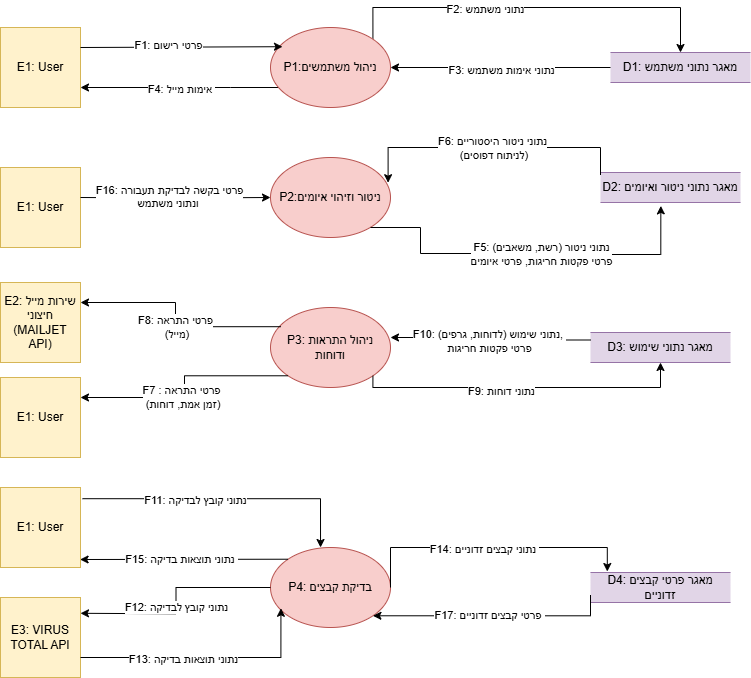
This is הפרוייקט/DFD0EDITED.drawio.png from EyasSh/WiresharkClone, a draw.io export, as it was before one commit. Source tidied: cells renumbered, new cells last; positions are measured from the earlier drawing's top-left corner, leaving out a move shared by most shapes. Source of this version:
```xml
<mxGraphModel>
  <root>
    <mxCell id="0" />
    <mxCell id="1" parent="0" />
    <mxCell id="2" value="D1: מאגר נתוני משתמש" style="html=1;dashed=0;whiteSpace=wrap;shape=partialRectangle;right=0;left=0;fillColor=#e1d5e7;strokeColor=#9673a6;" parent="1" vertex="1">
      <mxGeometry x="610" y="45" width="140" height="30" as="geometry" />
    </mxCell>
    <mxCell id="3" value="E1: User" style="whiteSpace=wrap;html=1;fillColor=#fff2cc;strokeColor=#d6b656;" parent="1" vertex="1">
      <mxGeometry y="20" width="80" height="80" as="geometry" />
    </mxCell>
    <mxCell id="4" value="D2: מאגר נתוני ניטור ואיומים" style="html=1;dashed=0;whiteSpace=wrap;shape=partialRectangle;right=0;left=0;fillColor=#e1d5e7;strokeColor=#9673a6;" parent="1" vertex="1">
      <mxGeometry x="600" y="165" width="140" height="30" as="geometry" />
    </mxCell>
    <mxCell id="5" value="D4: מאגר פרטי קבצים זדוניים" style="html=1;dashed=0;whiteSpace=wrap;shape=partialRectangle;right=0;left=0;fillColor=#e1d5e7;strokeColor=#9673a6;" parent="1" vertex="1">
      <mxGeometry x="590" y="565" width="140" height="30" as="geometry" />
    </mxCell>
    <mxCell id="6" value="D3: מאגר נתוני שימוש" style="html=1;dashed=0;whiteSpace=wrap;shape=partialRectangle;right=0;left=0;fillColor=#e1d5e7;strokeColor=#9673a6;" parent="1" vertex="1">
      <mxGeometry x="590" y="325" width="140" height="30" as="geometry" />
    </mxCell>
    <mxCell id="7" value="E1: User" style="whiteSpace=wrap;html=1;fillColor=#fff2cc;strokeColor=#d6b656;" parent="1" vertex="1">
      <mxGeometry y="160" width="80" height="80" as="geometry" />
    </mxCell>
    <mxCell id="8" style="edgeStyle=orthogonalEdgeStyle;rounded=0;jettySize=auto;html=1;entryX=0.5;entryY=0;entryDx=0;entryDy=0;exitX=1;exitY=0;exitDx=0;exitDy=0;" parent="1" edge="1" source="14" target="2">
      <mxGeometry relative="1" as="geometry">
        <Array as="points">
          <mxPoint x="372" />
          <mxPoint x="680" />
        </Array>
      </mxGeometry>
    </mxCell>
    <mxCell id="9" value="F2: נתוני משתמש" style="edgeLabel;html=1;align=center;verticalAlign=middle;" parent="8" vertex="1">
      <mxGeometry x="-0.25" y="-1" relative="1" as="geometry" />
    </mxCell>
    <mxCell id="10" style="edgeStyle=orthogonalEdgeStyle;rounded=0;jettySize=auto;html=1;entryX=1;entryY=0.75;entryDx=0;entryDy=0;" parent="1" edge="1" source="14" target="3">
      <mxGeometry relative="1" as="geometry">
        <Array as="points">
          <mxPoint x="230" y="80" />
          <mxPoint x="230" y="80" />
        </Array>
      </mxGeometry>
    </mxCell>
    <mxCell id="11" value="F4: אימות מייל&amp;nbsp;" style="edgeLabel;html=1;align=center;verticalAlign=middle;" parent="10" vertex="1">
      <mxGeometry x="-0.01" y="1" relative="1" as="geometry" />
    </mxCell>
    <mxCell id="12" style="edgeStyle=orthogonalEdgeStyle;rounded=0;jettySize=auto;html=1;exitX=0;exitY=0.5;exitDx=0;exitDy=0;" parent="1" edge="1" source="2" target="14">
      <mxGeometry relative="1" as="geometry" />
    </mxCell>
    <mxCell id="13" value="F3: נתוני אימות משתמש" style="edgeLabel;html=1;align=center;verticalAlign=middle;" parent="12" vertex="1">
      <mxGeometry y="2" relative="1" as="geometry" />
    </mxCell>
    <mxCell id="14" value="P1:ניהול משתמשים" style="ellipse;whiteSpace=wrap;html=1;fillColor=#f8cecc;strokeColor=#b85450;" parent="1" vertex="1">
      <mxGeometry x="270" y="20" width="120" height="80" as="geometry" />
    </mxCell>
    <mxCell id="15" style="edgeStyle=orthogonalEdgeStyle;rounded=0;jettySize=auto;html=1;exitX=1;exitY=0.5;exitDx=0;exitDy=0;entryX=0;entryY=0.5;entryDx=0;entryDy=0;" parent="1" edge="1" target="17">
      <mxGeometry relative="1" as="geometry">
        <mxPoint x="80" y="190" as="sourcePoint" />
      </mxGeometry>
    </mxCell>
    <mxCell id="16" value="F16: פרטי בקשה לבדיקת תעבורה &lt;br&gt;ונתוני משתמש&amp;nbsp;&lt;div&gt;&lt;br&gt;&lt;/div&gt;" style="edgeLabel;html=1;align=center;verticalAlign=middle;" parent="15" vertex="1">
      <mxGeometry x="-0.07" y="-2" relative="1" as="geometry">
        <mxPoint y="3" as="offset" />
      </mxGeometry>
    </mxCell>
    <mxCell id="17" value="P2:ניטור וזיהוי איומים" style="ellipse;whiteSpace=wrap;html=1;fillColor=#f8cecc;strokeColor=#b85450;" parent="1" vertex="1">
      <mxGeometry x="270" y="150" width="120" height="80" as="geometry" />
    </mxCell>
    <mxCell id="18" value="P4: בדיקת קבצים" style="ellipse;whiteSpace=wrap;html=1;fillColor=#f8cecc;strokeColor=#b85450;" parent="1" vertex="1">
      <mxGeometry x="270" y="540" width="120" height="80" as="geometry" />
    </mxCell>
    <mxCell id="19" style="edgeStyle=orthogonalEdgeStyle;rounded=0;jettySize=auto;html=1;exitX=0.967;exitY=0.67;exitDx=0;exitDy=0;exitPerimeter=0;entryX=0.431;entryY=1.113;entryDx=0;entryDy=0;entryPerimeter=0;" parent="1" edge="1" target="4">
      <mxGeometry relative="1" as="geometry">
        <mxPoint x="370" y="220" as="sourcePoint" />
        <Array as="points">
          <mxPoint x="420" y="220" />
          <mxPoint x="420" y="246" />
          <mxPoint x="509" y="246" />
          <mxPoint x="509" y="247" />
          <mxPoint x="660" y="247" />
        </Array>
      </mxGeometry>
    </mxCell>
    <mxCell id="20" value="F5: נתוני ניטור (רשת, משאבים)&lt;br&gt;פרטי פקטות חריגות, פרטי איומים" style="edgeLabel;html=1;align=center;verticalAlign=middle;" parent="19" vertex="1">
      <mxGeometry x="-0.14" y="-1" relative="1" as="geometry">
        <mxPoint x="39" y="-1" as="offset" />
      </mxGeometry>
    </mxCell>
    <mxCell id="21" value="P3: ניהול התראות ודוחות" style="ellipse;whiteSpace=wrap;html=1;fillColor=#f8cecc;strokeColor=#b85450;" parent="1" vertex="1">
      <mxGeometry x="270" y="300" width="120" height="80" as="geometry" />
    </mxCell>
    <mxCell id="22" style="edgeStyle=orthogonalEdgeStyle;rounded=0;jettySize=auto;html=1;exitX=0;exitY=0.25;exitDx=0;exitDy=0;entryX=0.98;entryY=0.315;entryDx=0;entryDy=0;entryPerimeter=0;" parent="1" edge="1" target="17">
      <mxGeometry relative="1" as="geometry">
        <mxPoint x="600" y="167.5" as="sourcePoint" />
        <Array as="points">
          <mxPoint x="600" y="140" />
          <mxPoint x="388" y="140" />
        </Array>
      </mxGeometry>
    </mxCell>
    <mxCell id="23" value="F6: נתוני ניטור היסטוריים&lt;br&gt;&amp;nbsp;(לניתוח דפוסים)" style="edgeLabel;html=1;align=center;verticalAlign=middle;" parent="22" vertex="1">
      <mxGeometry x="-0.01" relative="1" as="geometry" />
    </mxCell>
    <mxCell id="24" value="E2: שירות מייל חיצוני (MAILJET API)" style="whiteSpace=wrap;html=1;fillColor=#fff2cc;strokeColor=#d6b656;" parent="1" vertex="1">
      <mxGeometry y="275" width="80" height="80" as="geometry" />
    </mxCell>
    <mxCell id="25" value="E3: VIRUS TOTAL API" style="whiteSpace=wrap;html=1;fillColor=#fff2cc;strokeColor=#d6b656;" parent="1" vertex="1">
      <mxGeometry y="590" width="80" height="80" as="geometry" />
    </mxCell>
    <mxCell id="26" style="edgeStyle=orthogonalEdgeStyle;rounded=0;jettySize=auto;html=1;exitX=1;exitY=1;exitDx=0;exitDy=0;entryX=0.5;entryY=1;entryDx=0;entryDy=0;" parent="1" edge="1" source="21" target="6">
      <mxGeometry relative="1" as="geometry">
        <Array as="points">
          <mxPoint x="372" y="380" />
          <mxPoint x="660" y="380" />
        </Array>
      </mxGeometry>
    </mxCell>
    <mxCell id="27" value="F9: נתוני דוחות" style="edgeLabel;html=1;align=center;verticalAlign=middle;" parent="26" vertex="1">
      <mxGeometry x="-0.13" y="-3" relative="1" as="geometry" />
    </mxCell>
    <mxCell id="28" style="edgeStyle=orthogonalEdgeStyle;rounded=0;jettySize=auto;html=1;exitX=0.087;exitY=0.24;exitDx=0;exitDy=0;entryX=1;entryY=0.25;entryDx=0;entryDy=0;exitPerimeter=0;" parent="1" edge="1" source="21" target="24">
      <mxGeometry relative="1" as="geometry" />
    </mxCell>
    <mxCell id="29" value="F8: פרטי התראה&lt;br&gt;&amp;nbsp;(מייל)" style="edgeLabel;html=1;align=center;verticalAlign=middle;" parent="28" vertex="1">
      <mxGeometry x="-0.07" y="1" relative="1" as="geometry" />
    </mxCell>
    <mxCell id="30" style="edgeStyle=orthogonalEdgeStyle;rounded=0;jettySize=auto;html=1;exitX=0;exitY=0.25;exitDx=0;exitDy=0;entryX=1;entryY=0.375;entryDx=0;entryDy=0;entryPerimeter=0;" parent="1" edge="1" source="6" target="21">
      <mxGeometry relative="1" as="geometry" />
    </mxCell>
    <mxCell id="31" value="F10: נתוני שימוש (לדוחות, גרפים),&amp;nbsp;&lt;br&gt;פרטי פקטות חריגות" style="edgeLabel;html=1;align=center;verticalAlign=middle;" parent="30" vertex="1">
      <mxGeometry x="-0.01" y="2" relative="1" as="geometry">
        <mxPoint y="1" as="offset" />
      </mxGeometry>
    </mxCell>
    <mxCell id="32" value="E1: User" style="whiteSpace=wrap;html=1;fillColor=#fff2cc;strokeColor=#d6b656;" parent="1" vertex="1">
      <mxGeometry y="480" width="80" height="80" as="geometry" />
    </mxCell>
    <mxCell id="33" style="edgeStyle=orthogonalEdgeStyle;rounded=0;jettySize=auto;html=1;exitX=0;exitY=0.5;exitDx=0;exitDy=0;entryX=1;entryY=0.25;entryDx=0;entryDy=0;" parent="1" edge="1" source="18">
      <mxGeometry relative="1" as="geometry">
        <mxPoint x="80" y="605.8" as="targetPoint" />
      </mxGeometry>
    </mxCell>
    <mxCell id="34" value="F12: נתוני קובץ לבדיקה" style="edgeLabel;html=1;align=center;verticalAlign=middle;" parent="33" vertex="1">
      <mxGeometry x="0.06" relative="1" as="geometry" />
    </mxCell>
    <mxCell id="35" style="edgeStyle=orthogonalEdgeStyle;rounded=0;jettySize=auto;html=1;exitX=1;exitY=0.75;exitDx=0;exitDy=0;entryX=0.087;entryY=0.76;entryDx=0;entryDy=0;entryPerimeter=0;" parent="1" edge="1" source="25" target="18">
      <mxGeometry relative="1" as="geometry">
        <Array as="points">
          <mxPoint x="280" y="650" />
        </Array>
      </mxGeometry>
    </mxCell>
    <mxCell id="36" value="F13: נתוני תוצאות בדיקה" style="edgeLabel;html=1;align=center;verticalAlign=middle;" parent="35" vertex="1">
      <mxGeometry x="-0.08" y="-1" relative="1" as="geometry">
        <mxPoint x="-13" as="offset" />
      </mxGeometry>
    </mxCell>
    <mxCell id="37" style="edgeStyle=orthogonalEdgeStyle;rounded=0;jettySize=auto;html=1;exitX=1;exitY=0.5;exitDx=0;exitDy=0;entryX=0.12;entryY=-0.033;entryDx=0;entryDy=0;entryPerimeter=0;" parent="1" edge="1" source="18" target="5">
      <mxGeometry relative="1" as="geometry">
        <Array as="points">
          <mxPoint x="390" y="540" />
          <mxPoint x="607" y="540" />
        </Array>
      </mxGeometry>
    </mxCell>
    <mxCell id="38" value="F14: נתוני קבצים זדוניים&amp;nbsp;" style="edgeLabel;html=1;align=center;verticalAlign=middle;" parent="37" vertex="1">
      <mxGeometry x="-0.05" y="-1" relative="1" as="geometry" />
    </mxCell>
    <mxCell id="39" style="edgeStyle=orthogonalEdgeStyle;rounded=0;jettySize=auto;html=1;exitX=1.025;exitY=0.14;exitDx=0;exitDy=0;exitPerimeter=0;entryX=0.417;entryY=0;entryDx=0;entryDy=0;entryPerimeter=0;" parent="1" edge="1" source="32" target="18">
      <mxGeometry relative="1" as="geometry" />
    </mxCell>
    <mxCell id="40" value="F11: נתוני קובץ לבדיקה" style="edgeLabel;html=1;align=center;verticalAlign=middle;" parent="39" vertex="1">
      <mxGeometry x="-0.22" y="-1" relative="1" as="geometry" />
    </mxCell>
    <mxCell id="41" style="endArrow=classic;html=1;rounded=0;exitX=0;exitY=0;exitDx=0;exitDy=0;entryX=0.995;entryY=0.9;entryDx=0;entryDy=0;entryPerimeter=0;" parent="1" edge="1" source="18" target="32">
      <mxGeometry relative="1" as="geometry" />
    </mxCell>
    <mxCell id="42" value="F15: נתוני תוצאות בדיקה&amp;nbsp;" style="edgeLabel;html=1;align=center;verticalAlign=middle;" parent="41" vertex="1">
      <mxGeometry x="0.03" relative="1" as="geometry" />
    </mxCell>
    <mxCell id="43" value="E1: User" style="whiteSpace=wrap;html=1;fillColor=#fff2cc;strokeColor=#d6b656;" parent="1" vertex="1">
      <mxGeometry y="370" width="80" height="80" as="geometry" />
    </mxCell>
    <mxCell id="44" style="endArrow=classic;html=1;rounded=0;exitX=0;exitY=1;exitDx=0;exitDy=0;entryX=1;entryY=0.25;entryDx=0;entryDy=0;edgeStyle=elbowEdgeStyle;" parent="1" edge="1" source="21" target="43">
      <mxGeometry relative="1" as="geometry" />
    </mxCell>
    <mxCell id="45" value="F7 : פרטי התראה&lt;br&gt;&amp;nbsp;(זמן אמת, דוחות)" style="edgeLabel;html=1;align=center;verticalAlign=middle;" parent="44" vertex="1">
      <mxGeometry x="0.02" y="1" relative="1" as="geometry">
        <mxPoint x="-5" y="8" as="offset" />
      </mxGeometry>
    </mxCell>
    <mxCell id="46" style="endArrow=classic;html=1;rounded=0;exitX=1;exitY=0.25;exitDx=0;exitDy=0;entryX=0.1;entryY=0.24;entryDx=0;entryDy=0;entryPerimeter=0;" parent="1" edge="1" source="3" target="14">
      <mxGeometry relative="1" as="geometry" />
    </mxCell>
    <mxCell id="47" value="F1: פרטי רישום" style="edgeLabel;html=1;align=center;verticalAlign=middle;" parent="46" vertex="1">
      <mxGeometry x="-0.13" y="2" relative="1" as="geometry" />
    </mxCell>
    <mxCell id="48" style="edgeStyle=orthogonalEdgeStyle;rounded=0;jettySize=auto;html=1;exitX=0;exitY=0.75;exitDx=0;exitDy=0;entryX=1;entryY=1;entryDx=0;entryDy=0;" parent="1" edge="1" source="5" target="18">
      <mxGeometry relative="1" as="geometry">
        <Array as="points">
          <mxPoint x="590" y="608" />
        </Array>
      </mxGeometry>
    </mxCell>
    <mxCell id="49" value="F17: פרטי קבצים זדוניים&amp;nbsp;" style="edgeLabel;html=1;align=center;verticalAlign=middle;" parent="48" vertex="1">
      <mxGeometry x="-0.05" y="-1" relative="1" as="geometry">
        <mxPoint x="-9" as="offset" />
      </mxGeometry>
    </mxCell>
  </root>
</mxGraphModel>
```
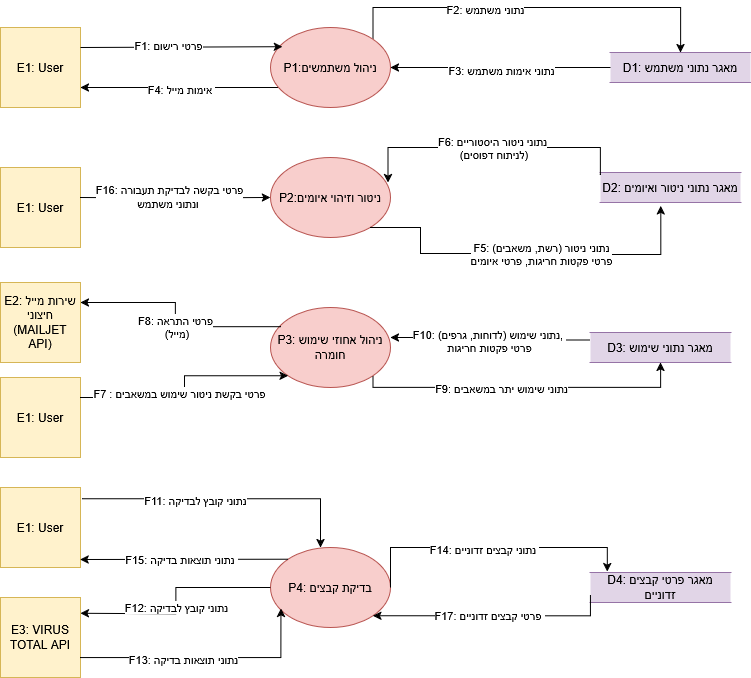
After the commit.

Commit message:
started with dfd explaination tables

The edit, as a diff of the source:
```diff
@@ -84,7 +84,7 @@
         <mxPoint x="39" y="-1" as="offset" />
       </mxGeometry>
     </mxCell>
-    <mxCell id="21" value="P3: ניהול התראות ודוחות" style="ellipse;whiteSpace=wrap;html=1;fillColor=#f8cecc;strokeColor=#b85450;" parent="1" vertex="1">
+    <mxCell id="21" value="P3: ניהול אחוזי שימוש חומרה" style="ellipse;whiteSpace=wrap;html=1;fillColor=#f8cecc;strokeColor=#b85450;" parent="1" vertex="1">
       <mxGeometry x="270" y="300" width="120" height="80" as="geometry" />
     </mxCell>
     <mxCell id="22" style="edgeStyle=orthogonalEdgeStyle;rounded=0;jettySize=auto;html=1;exitX=0;exitY=0.25;exitDx=0;exitDy=0;entryX=0.98;entryY=0.315;entryDx=0;entryDy=0;entryPerimeter=0;" parent="1" edge="1" target="17">
@@ -113,8 +113,10 @@
         </Array>
       </mxGeometry>
     </mxCell>
-    <mxCell id="27" value="F9: נתוני דוחות" style="edgeLabel;html=1;align=center;verticalAlign=middle;" parent="26" vertex="1">
-      <mxGeometry x="-0.13" y="-3" relative="1" as="geometry" />
+    <mxCell id="27" value="F9: נתוני שימוש יתר במשאבים" style="edgeLabel;html=1;align=center;verticalAlign=middle;" parent="26" vertex="1">
+      <mxGeometry x="-0.13" y="-3" relative="1" as="geometry">
+        <mxPoint y="-3" as="offset" />
+      </mxGeometry>
     </mxCell>
     <mxCell id="28" style="edgeStyle=orthogonalEdgeStyle;rounded=0;jettySize=auto;html=1;exitX=0.087;exitY=0.24;exitDx=0;exitDy=0;entryX=1;entryY=0.25;entryDx=0;entryDy=0;exitPerimeter=0;" parent="1" edge="1" source="21" target="24">
       <mxGeometry relative="1" as="geometry" />
@@ -179,10 +181,10 @@
     <mxCell id="43" value="E1: User" style="whiteSpace=wrap;html=1;fillColor=#fff2cc;strokeColor=#d6b656;" parent="1" vertex="1">
       <mxGeometry y="370" width="80" height="80" as="geometry" />
     </mxCell>
-    <mxCell id="44" style="endArrow=classic;html=1;rounded=0;exitX=0;exitY=1;exitDx=0;exitDy=0;entryX=1;entryY=0.25;entryDx=0;entryDy=0;edgeStyle=elbowEdgeStyle;" parent="1" edge="1" source="21" target="43">
+    <mxCell id="44" style="endArrow=classic;html=1;rounded=0;exitX=1;exitY=0.25;exitDx=0;exitDy=0;entryX=0;entryY=1;entryDx=0;entryDy=0;edgeStyle=elbowEdgeStyle;" parent="1" edge="1" source="43" target="21">
       <mxGeometry relative="1" as="geometry" />
     </mxCell>
-    <mxCell id="45" value="F7 : פרטי התראה&lt;br&gt;&amp;nbsp;(זמן אמת, דוחות)" style="edgeLabel;html=1;align=center;verticalAlign=middle;" parent="44" vertex="1">
+    <mxCell id="45" value="F7 : פרטי בקשת ניטור שימוש במשאבים" style="edgeLabel;html=1;align=center;verticalAlign=middle;" parent="44" vertex="1">
       <mxGeometry x="0.02" y="1" relative="1" as="geometry">
         <mxPoint x="-5" y="8" as="offset" />
       </mxGeometry>
```
